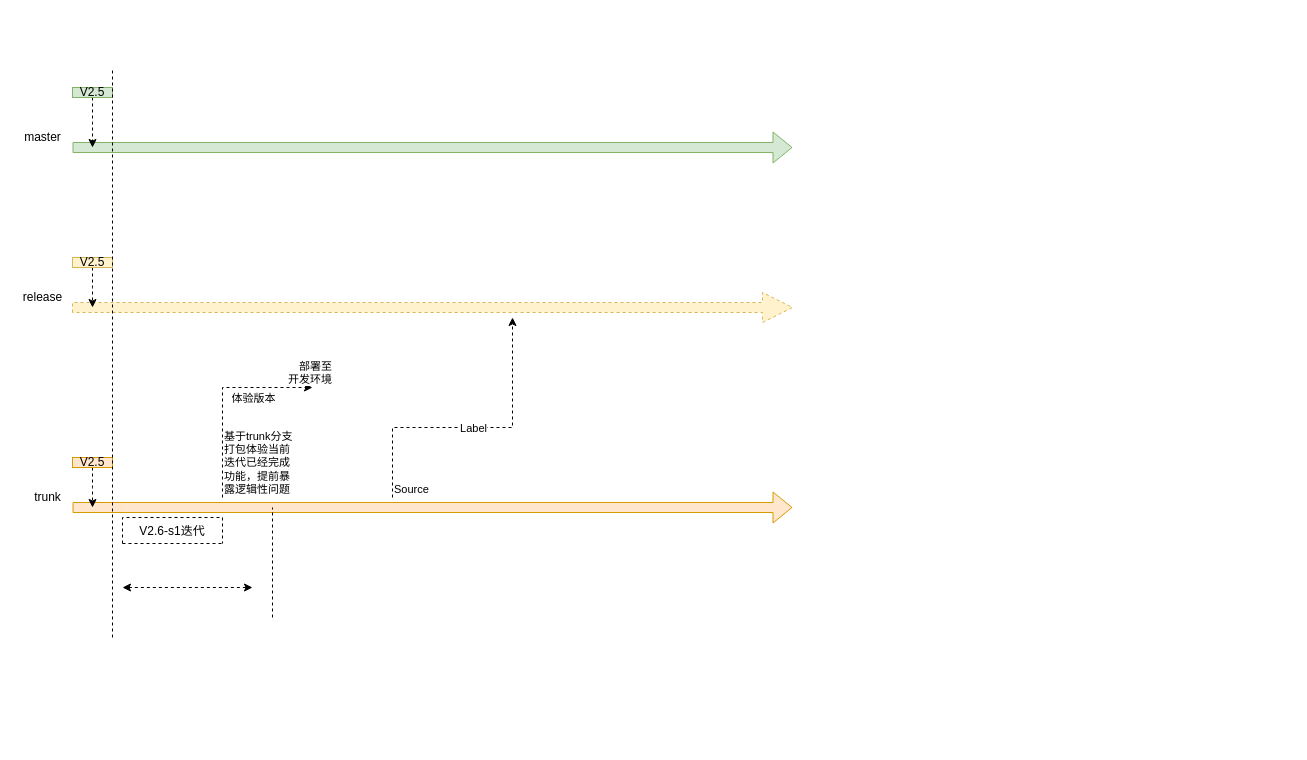
Above: Untitled Diagram.drawio in TheoTT/tools (draw.io), before the change. Source tidied: cells renumbered, new cells numbered last; positions are measured from the earlier drawing's top-left corner, leaving out a move shared by most shapes. Both pictures are drawn from the tidied source at 100%, with x=0, y=0 at pixel (17, 67).
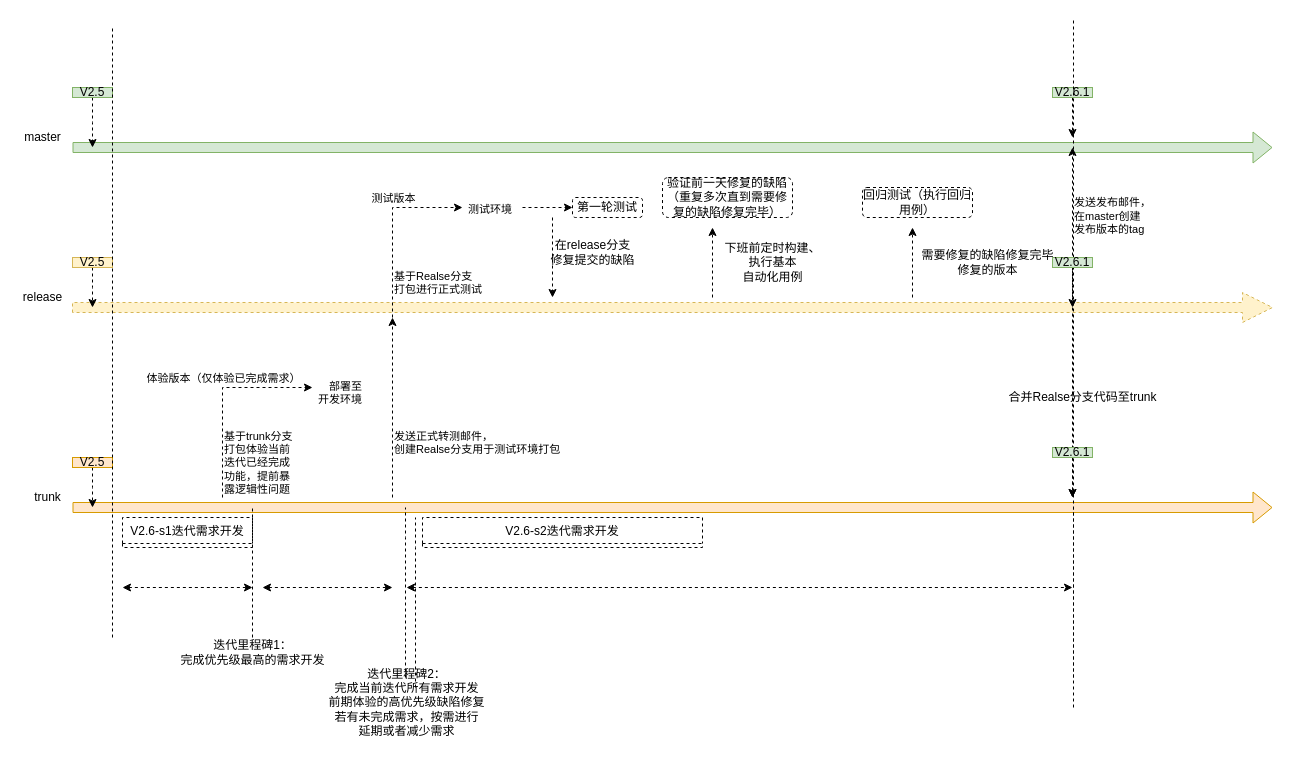
The same page after the edit.

Unchanged cells that the change refers to:
```xml
<mxCell id="16" style="endArrow=classic;html=1;rounded=0;dashed=1;" parent="1" edge="1">
  <mxGeometry relative="1" as="geometry">
    <mxPoint x="205" y="430" as="sourcePoint" />
    <mxPoint x="295" y="320" as="targetPoint" />
    <Array as="points">
      <mxPoint x="205" y="320" />
    </Array>
  </mxGeometry>
</mxCell>
```

What changed in the source:
```diff
@@
     <mxCell id="2" style="endArrow=classic;html=1;rounded=0;shape=flexArrow;fillColor=#d5e8d4;strokeColor=#82b366;" parent="1" edge="1">
       <mxGeometry relative="1" as="geometry">
         <mxPoint x="55" y="80" as="sourcePoint" />
-        <mxPoint x="775" y="80" as="targetPoint" />
+        <mxPoint x="1255" y="80" as="targetPoint" />
       </mxGeometry>
     </mxCell>
@@
     <mxCell id="4" style="endArrow=classic;html=1;rounded=0;shape=arrow;dashed=1;fillColor=#fff2cc;strokeColor=#d6b656;" parent="1" edge="1">
       <mxGeometry relative="1" as="geometry">
         <mxPoint x="55" y="240" as="sourcePoint" />
-        <mxPoint x="775" y="240" as="targetPoint" />
+        <mxPoint x="1255" y="240" as="targetPoint" />
       </mxGeometry>
     </mxCell>
@@
     <mxCell id="6" style="endArrow=classic;html=1;rounded=0;shape=flexArrow;fillColor=#ffe6cc;strokeColor=#d79b00;" parent="1" edge="1">
       <mxGeometry relative="1" as="geometry">
         <mxPoint x="55" y="440" as="sourcePoint" />
-        <mxPoint x="775" y="440" as="targetPoint" />
+        <mxPoint x="1255" y="440" as="targetPoint" />
       </mxGeometry>
     </mxCell>
@@
     <mxCell id="14" style="endArrow=none;html=1;rounded=0;dashed=1;" parent="1" edge="1">
       <mxGeometry relative="1" as="geometry">
         <mxPoint x="95" y="570" as="sourcePoint" />
-        <mxPoint x="95" as="targetPoint" />
+        <mxPoint x="95" y="-40" as="targetPoint" />
       </mxGeometry>
     </mxCell>
-    <mxCell id="15" value="V2.6-s1迭代" style="swimlane;fontStyle=0;horizontal=1;startSize=26;fillColor=none;dashed=1;" parent="1" vertex="1" collapsed="1">
-      <mxGeometry x="105" y="450" width="100" height="26" as="geometry" />
+    <mxCell id="15" value="V2.6-s1迭代需求开发" style="swimlane;fontStyle=0;horizontal=1;startSize=26;fillColor=none;dashed=1;" parent="1" vertex="1" collapsed="1">
+      <mxGeometry x="105" y="450" width="130" height="30" as="geometry" />
     </mxCell>
@@
-    <mxCell id="17" value="体验版本" style="edgeLabel;html=1;align=center;verticalAlign=middle;dashed=1;" parent="16" vertex="1">
+    <mxCell id="17" value="体验版本（仅体验已完成需求）" style="edgeLabel;html=1;align=center;verticalAlign=middle;dashed=1;" parent="16" vertex="1">
       <mxGeometry relative="1" as="geometry">
-        <mxPoint x="30" as="offset" />
+        <mxPoint y="-20" as="offset" />
       </mxGeometry>
     </mxCell>
@@
     <mxCell id="19" value="部署至&lt;br&gt;开发环境" style="edgeLabel;html=1;align=right;verticalAlign=bottom;dashed=1;" parent="16" vertex="1">
       <mxGeometry x="1" relative="1" as="geometry">
-        <mxPoint x="20" as="offset" />
+        <mxPoint x="50" y="20" as="offset" />
       </mxGeometry>
     </mxCell>
     <mxCell id="20" style="endArrow=classic;html=1;rounded=0;dashed=1;" parent="1" edge="1">
       <mxGeometry relative="1" as="geometry">
         <mxPoint x="375" y="430" as="sourcePoint" />
-        <mxPoint x="495" y="250" as="targetPoint" />
+        <mxPoint x="375" y="250" as="targetPoint" />
         <Array as="points">
           <mxPoint x="375" y="360" />
-          <mxPoint x="495" y="360" />
         </Array>
       </mxGeometry>
     </mxCell>
-    <mxCell id="21" value="Label" style="edgeLabel;html=1;align=center;verticalAlign=middle;dashed=1;" parent="20" vertex="1">
-      <mxGeometry relative="1" as="geometry" />
-    </mxCell>
-    <mxCell id="22" value="Source" style="edgeLabel;html=1;align=left;verticalAlign=bottom;dashed=1;" parent="20" vertex="1">
-      <mxGeometry x="-1" relative="1" as="geometry" />
+    <mxCell id="22" value="发送正式转测邮件，&lt;br&gt;创建Realse分支用于测试环境打包" style="edgeLabel;html=1;align=left;verticalAlign=bottom;dashed=1;" parent="20" vertex="1">
+      <mxGeometry x="-1" relative="1" as="geometry">
+        <mxPoint y="-40" as="offset" />
+      </mxGeometry>
     </mxCell>
     <mxCell id="23" style="endArrow=none;dashed=1;html=1;rounded=0;" parent="1" edge="1">
       <mxGeometry relative="1" as="geometry">
-        <mxPoint x="255" y="550" as="sourcePoint" />
-        <mxPoint x="255" y="440" as="targetPoint" />
+        <mxPoint x="235" y="570" as="sourcePoint" />
+        <mxPoint x="235" y="440" as="targetPoint" />
         <Array as="points">
-          <mxPoint x="255" y="470" />
+          <mxPoint x="235" y="470" />
         </Array>
       </mxGeometry>
     </mxCell>
@@
+    <mxCell id="25" value="迭代里程碑1：&lt;br&gt;完成优先级最高的需求开发" style="text;html=1;align=center;verticalAlign=middle;strokeColor=none;fillColor=none;" parent="1" vertex="1">
+      <mxGeometry x="155" y="570" width="160" height="30" as="geometry" />
+    </mxCell>
+    <mxCell id="26" style="endArrow=none;dashed=1;html=1;rounded=0;" parent="1" edge="1">
+      <mxGeometry relative="1" as="geometry">
+        <mxPoint x="388" y="610" as="sourcePoint" />
+        <mxPoint x="388" y="440" as="targetPoint" />
+        <Array as="points">
+          <mxPoint x="388" y="470" />
+        </Array>
+      </mxGeometry>
+    </mxCell>
+    <mxCell id="27" style="endArrow=classic;startArrow=classic;html=1;rounded=0;dashed=1;" parent="1" edge="1">
+      <mxGeometry relative="1" as="geometry">
+        <mxPoint x="245" y="520" as="sourcePoint" />
+        <mxPoint x="375" y="520" as="targetPoint" />
+      </mxGeometry>
+    </mxCell>
+    <mxCell id="28" value="迭代里程碑2：&lt;br&gt;完成当前迭代所有需求开发&lt;br&gt;前期体验的高优先级缺陷修复&lt;br&gt;若有未完成需求，按需进行&lt;br&gt;延期或者减少需求" style="text;html=1;align=center;verticalAlign=middle;strokeColor=none;fillColor=none;" parent="1" vertex="1">
+      <mxGeometry x="304" y="595" width="170" height="80" as="geometry" />
+    </mxCell>
+    <mxCell id="29" style="endArrow=classic;html=1;rounded=0;dashed=1;" parent="1" edge="1">
+      <mxGeometry relative="1" as="geometry">
+        <mxPoint x="375" y="250" as="sourcePoint" />
+        <mxPoint x="445" y="140" as="targetPoint" />
+        <Array as="points">
+          <mxPoint x="375" y="140" />
+        </Array>
+      </mxGeometry>
+    </mxCell>
+    <mxCell id="30" value="测试版本" style="edgeLabel;html=1;align=center;verticalAlign=middle;dashed=1;" parent="29" vertex="1">
+      <mxGeometry relative="1" as="geometry">
+        <mxPoint y="-30" as="offset" />
+      </mxGeometry>
+    </mxCell>
+    <mxCell id="31" value="基于Realse分支&lt;br&gt;打包进行正式测试" style="edgeLabel;html=1;align=left;verticalAlign=bottom;dashed=1;" parent="29" vertex="1">
+      <mxGeometry x="-1" relative="1" as="geometry">
+        <mxPoint y="-20" as="offset" />
+      </mxGeometry>
+    </mxCell>
+    <mxCell id="32" value="测试环境" style="edgeLabel;html=1;align=right;verticalAlign=bottom;dashed=1;" parent="29" vertex="1">
+      <mxGeometry x="1" relative="1" as="geometry">
+        <mxPoint x="50" y="10" as="offset" />
+      </mxGeometry>
+    </mxCell>
+    <mxCell id="33" style="endArrow=classic;html=1;rounded=0;dashed=1;" parent="1" edge="1">
+      <mxGeometry relative="1" as="geometry">
+        <mxPoint x="505" y="140" as="sourcePoint" />
+        <mxPoint x="555" y="140" as="targetPoint" />
+      </mxGeometry>
+    </mxCell>
+    <mxCell id="34" style="endArrow=classic;startArrow=classic;html=1;rounded=0;dashed=1;" parent="1" edge="1">
+      <mxGeometry relative="1" as="geometry">
+        <mxPoint x="389" y="520" as="sourcePoint" />
+        <mxPoint x="1055" y="520" as="targetPoint" />
+      </mxGeometry>
+    </mxCell>
+    <mxCell id="35" value="V2.6-s2迭代需求开发" style="swimlane;fontStyle=0;horizontal=1;startSize=26;fillColor=none;dashed=1;" parent="1" vertex="1" collapsed="1">
+      <mxGeometry x="405" y="450" width="280" height="30" as="geometry" />
+    </mxCell>
+    <mxCell id="36" style="endArrow=classic;html=1;rounded=0;dashed=1;" parent="1" edge="1">
+      <mxGeometry relative="1" as="geometry">
+        <mxPoint x="535" y="150" as="sourcePoint" />
+        <mxPoint x="535" y="230" as="targetPoint" />
+      </mxGeometry>
+    </mxCell>
+    <mxCell id="37" value="第一轮测试" style="rounded=1;whiteSpace=wrap;html=1;dashed=1;" parent="1" vertex="1">
+      <mxGeometry x="555" y="130" width="70" height="20" as="geometry" />
+    </mxCell>
+    <mxCell id="38" value="在release分支&lt;br&gt;修复提交的缺陷" style="text;html=1;align=center;verticalAlign=middle;strokeColor=none;fillColor=none;" parent="1" vertex="1">
+      <mxGeometry x="525" y="170" width="100" height="30" as="geometry" />
+    </mxCell>
+    <mxCell id="39" value="回归测试（执行回归用例）" style="rounded=1;whiteSpace=wrap;html=1;dashed=1;" parent="1" vertex="1">
+      <mxGeometry x="845" y="120" width="110" height="30" as="geometry" />
+    </mxCell>
+    <mxCell id="40" style="endArrow=classic;html=1;rounded=0;dashed=1;" parent="1" edge="1">
+      <mxGeometry relative="1" as="geometry">
+        <mxPoint x="695" y="230" as="sourcePoint" />
+        <mxPoint x="695" y="160" as="targetPoint" />
+      </mxGeometry>
+    </mxCell>
+    <mxCell id="41" value="验证前一天修复的缺陷（重复多次直到需要修复的缺陷修复完毕）" style="rounded=1;whiteSpace=wrap;html=1;dashed=1;" parent="1" vertex="1">
+      <mxGeometry x="645" y="110" width="130" height="40" as="geometry" />
+    </mxCell>
+    <mxCell id="42" value="下班前定时构建、&lt;br&gt;执行基本&lt;br&gt;自动化用例" style="text;html=1;align=center;verticalAlign=middle;strokeColor=none;fillColor=none;" parent="1" vertex="1">
+      <mxGeometry x="700" y="170" width="110" height="50" as="geometry" />
+    </mxCell>
+    <mxCell id="43" style="endArrow=classic;html=1;rounded=0;dashed=1;" parent="1" edge="1">
+      <mxGeometry relative="1" as="geometry">
+        <mxPoint x="895" y="230" as="sourcePoint" />
+        <mxPoint x="895" y="160" as="targetPoint" />
+      </mxGeometry>
+    </mxCell>
+    <mxCell id="44" value="需要修复的缺陷修复完毕&lt;br&gt;修复的版本" style="text;html=1;align=center;verticalAlign=middle;strokeColor=none;fillColor=none;" parent="1" vertex="1">
+      <mxGeometry x="895" y="180" width="150" height="30" as="geometry" />
+    </mxCell>
+    <mxCell id="45" style="endArrow=classic;html=1;rounded=0;dashed=1;" parent="1" edge="1">
+      <mxGeometry relative="1" as="geometry">
+        <mxPoint x="1055" y="230" as="sourcePoint" />
+        <mxPoint x="1055" y="80" as="targetPoint" />
+        <Array as="points">
+          <mxPoint x="1055" y="190" />
+        </Array>
+      </mxGeometry>
+    </mxCell>
+    <mxCell id="46" value="发送发布邮件，&lt;br&gt;在master创建&lt;br&gt;发布版本的tag" style="edgeLabel;html=1;align=left;verticalAlign=bottom;dashed=1;" parent="45" vertex="1">
+      <mxGeometry x="-1" relative="1" as="geometry">
+        <mxPoint y="-60" as="offset" />
+      </mxGeometry>
+    </mxCell>
+    <mxCell id="47" style="endArrow=classic;html=1;rounded=0;dashed=1;" parent="1" edge="1">
+      <mxGeometry relative="1" as="geometry">
+        <mxPoint x="1055" y="240" as="sourcePoint" />
+        <mxPoint x="1055" y="430" as="targetPoint" />
+      </mxGeometry>
+    </mxCell>
+    <mxCell id="48" value="合并Realse分支代码至trunk" style="text;html=1;align=center;verticalAlign=middle;strokeColor=none;fillColor=none;" parent="1" vertex="1">
+      <mxGeometry x="985" y="320" width="160" height="20" as="geometry" />
+    </mxCell>
+    <mxCell id="49" style="endArrow=none;dashed=1;html=1;rounded=0;" parent="1" edge="1">
+      <mxGeometry relative="1" as="geometry">
+        <mxPoint x="398" y="620" as="sourcePoint" />
+        <mxPoint x="398" y="450" as="targetPoint" />
+        <Array as="points">
+          <mxPoint x="398" y="480" />
+        </Array>
+      </mxGeometry>
+    </mxCell>
+    <mxCell id="50" style="endArrow=none;dashed=1;html=1;rounded=0;" parent="1" edge="1">
+      <mxGeometry relative="1" as="geometry">
+        <mxPoint x="1056" y="610" as="sourcePoint" />
+        <mxPoint x="1056" y="440" as="targetPoint" />
+        <Array as="points">
+          <mxPoint x="1056" y="470" />
+        </Array>
+      </mxGeometry>
+    </mxCell>
+    <mxCell id="51" style="edgeStyle=orthogonalEdgeStyle;rounded=0;jettySize=auto;html=1;dashed=1;" parent="1" edge="1" source="52">
+      <mxGeometry relative="1" as="geometry">
+        <mxPoint x="1055" y="70" as="targetPoint" />
+      </mxGeometry>
+    </mxCell>
+    <mxCell id="52" value="V2.6.1" style="rounded=0;whiteSpace=wrap;html=1;fillColor=#d5e8d4;strokeColor=#82b366;" parent="1" vertex="1">
+      <mxGeometry x="1035" y="20" width="40" height="10" as="geometry" />
+    </mxCell>
+    <mxCell id="53" style="endArrow=none;html=1;rounded=0;dashed=1;" parent="1" edge="1">
+      <mxGeometry relative="1" as="geometry">
+        <mxPoint x="1056" y="640" as="sourcePoint" />
+        <mxPoint x="1056" y="-50" as="targetPoint" />
+      </mxGeometry>
+    </mxCell>
+    <mxCell id="54" style="edgeStyle=orthogonalEdgeStyle;rounded=0;jettySize=auto;html=1;dashed=1;" parent="1" edge="1" source="55">
+      <mxGeometry relative="1" as="geometry">
+        <mxPoint x="1055" y="240" as="targetPoint" />
+      </mxGeometry>
+    </mxCell>
+    <mxCell id="55" value="V2.6.1" style="rounded=0;whiteSpace=wrap;html=1;fillColor=#d5e8d4;strokeColor=#82b366;" parent="1" vertex="1">
+      <mxGeometry x="1035" y="190" width="40" height="10" as="geometry" />
+    </mxCell>
+    <mxCell id="56" style="edgeStyle=orthogonalEdgeStyle;rounded=0;jettySize=auto;html=1;dashed=1;" parent="1" edge="1" source="57">
+      <mxGeometry relative="1" as="geometry">
+        <mxPoint x="1055" y="430" as="targetPoint" />
+      </mxGeometry>
+    </mxCell>
+    <mxCell id="57" value="V2.6.1" style="rounded=0;whiteSpace=wrap;html=1;fillColor=#d5e8d4;strokeColor=#82b366;" parent="1" vertex="1">
+      <mxGeometry x="1035" y="380" width="40" height="10" as="geometry" />
+    </mxCell>
```
